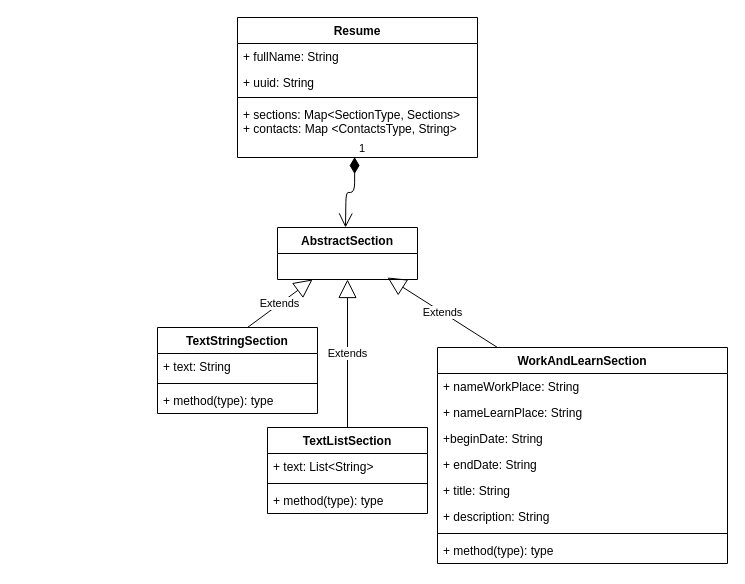
Earlier version of the draw.io diagram lesson/Untitled Diagram.drawio (PavelSemenovNickolaevich/basejava). Source tidied: cells renumbered, new cells numbered last; positions are measured from the earlier drawing's top-left corner, leaving out a move shared by most shapes. Both pictures are drawn from the tidied source at 100%, with x=0, y=0 at pixel (157, 17).
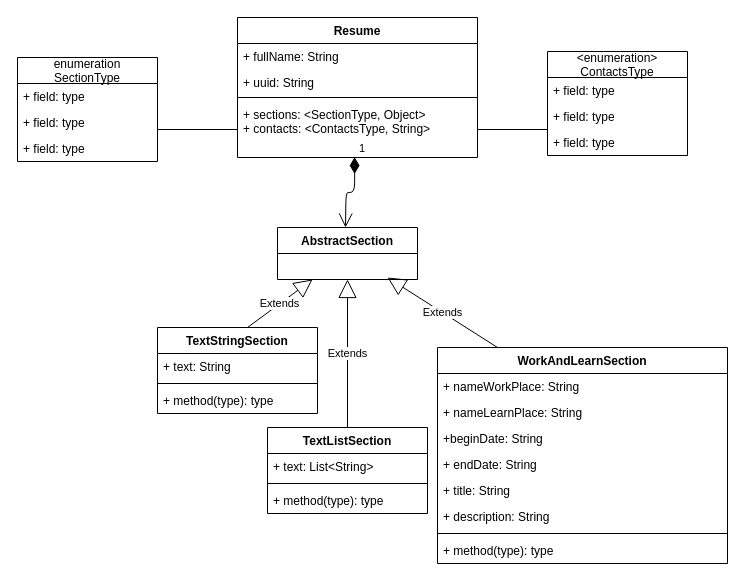
Above is the later version.

The change refers to these unchanged cells:
```xml
<mxCell id="2" value="Resume" style="swimlane;fontStyle=1;align=center;verticalAlign=top;horizontal=1;startSize=26;" parent="1" vertex="1">
  <mxGeometry x="80" width="240" height="140" as="geometry" />
</mxCell>
```

The edit, as a diff of the source:
```diff
@@
-    <mxCell id="6" value="+ sections: Map&lt;SectionType, Sections&gt;&#10;+ contacts: Map &lt;ContactsType, String&gt;" style="text;strokeColor=none;fillColor=none;align=left;verticalAlign=top;spacingLeft=4;spacingRight=4;overflow=hidden;points=[[0,0.5],[1,0.5]];portConstraint=eastwest;" parent="2" vertex="1">
+    <mxCell id="6" value="+ sections: &lt;SectionType, Object&gt;&#10;+ contacts: &lt;ContactsType, String&gt;" style="text;strokeColor=none;fillColor=none;align=left;verticalAlign=top;spacingLeft=4;spacingRight=4;overflow=hidden;points=[[0,0.5],[1,0.5]];portConstraint=eastwest;" parent="2" vertex="1">
       <mxGeometry y="84" width="240" height="56" as="geometry" />
     </mxCell>
@@
+    <mxCell id="29" style="line;strokeWidth=1;fillColor=none;align=left;verticalAlign=middle;spacingTop=-1;spacingLeft=3;spacingRight=3;labelPosition=right;" parent="1" vertex="1">
+      <mxGeometry y="108" width="80" height="8" as="geometry" />
+    </mxCell>
+    <mxCell id="30" style="line;strokeWidth=1;fillColor=none;align=left;verticalAlign=middle;spacingTop=-1;spacingLeft=3;spacingRight=3;labelPosition=right;" parent="1" vertex="1">
+      <mxGeometry x="320" y="108" width="70" height="8" as="geometry" />
+    </mxCell>
+    <mxCell id="31" value="enumeration&#10;SectionType" style="swimlane;fontStyle=0;horizontal=1;startSize=26;fillColor=none;" parent="1" vertex="1">
+      <mxGeometry x="-140" y="40" width="140" height="104" as="geometry" />
+    </mxCell>
+    <mxCell id="32" value="+ field: type" style="text;strokeColor=none;fillColor=none;align=left;verticalAlign=top;spacingLeft=4;spacingRight=4;overflow=hidden;" parent="31" vertex="1">
+      <mxGeometry y="26" width="140" height="26" as="geometry" />
+    </mxCell>
+    <mxCell id="33" value="+ field: type" style="text;strokeColor=none;fillColor=none;align=left;verticalAlign=top;spacingLeft=4;spacingRight=4;overflow=hidden;" parent="31" vertex="1">
+      <mxGeometry y="52" width="140" height="26" as="geometry" />
+    </mxCell>
+    <mxCell id="34" value="+ field: type" style="text;strokeColor=none;fillColor=none;align=left;verticalAlign=top;spacingLeft=4;spacingRight=4;overflow=hidden;" parent="31" vertex="1">
+      <mxGeometry y="78" width="140" height="26" as="geometry" />
+    </mxCell>
+    <mxCell id="35" value="&lt;enumeration&gt;&#10;ContactsType" style="swimlane;fontStyle=0;horizontal=1;startSize=26;fillColor=none;" parent="1" vertex="1">
+      <mxGeometry x="390" y="34" width="140" height="104" as="geometry" />
+    </mxCell>
+    <mxCell id="36" value="+ field: type" style="text;strokeColor=none;fillColor=none;align=left;verticalAlign=top;spacingLeft=4;spacingRight=4;overflow=hidden;" parent="35" vertex="1">
+      <mxGeometry y="26" width="140" height="26" as="geometry" />
+    </mxCell>
+    <mxCell id="37" value="+ field: type" style="text;strokeColor=none;fillColor=none;align=left;verticalAlign=top;spacingLeft=4;spacingRight=4;overflow=hidden;" parent="35" vertex="1">
+      <mxGeometry y="52" width="140" height="26" as="geometry" />
+    </mxCell>
+    <mxCell id="38" value="+ field: type" style="text;strokeColor=none;fillColor=none;align=left;verticalAlign=top;spacingLeft=4;spacingRight=4;overflow=hidden;" parent="35" vertex="1">
+      <mxGeometry y="78" width="140" height="26" as="geometry" />
+    </mxCell>
```
